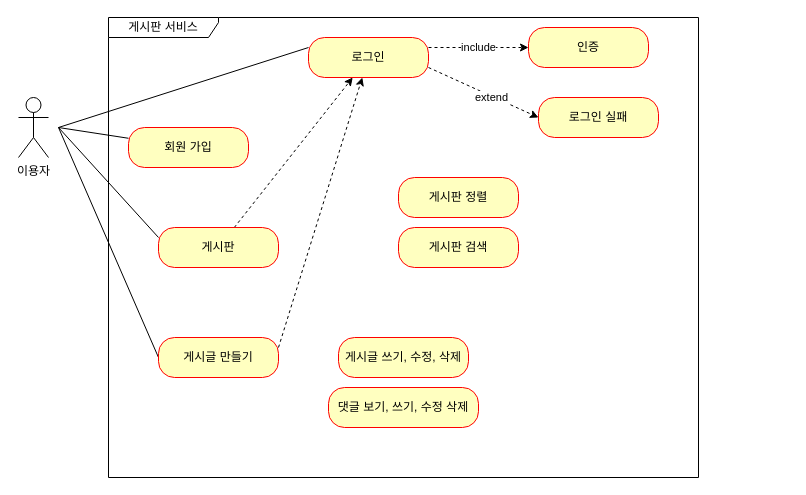
Before: document/document/제목 없는 다이어그램.drawio in jaehak24/FC_PR1, a draw.io diagram. Source tidied: cells renumbered, new cells numbered last; positions are measured from the earlier drawing's top-left corner, leaving out a move shared by most shapes. Both pictures are drawn from the tidied source at 100%, with x=0, y=0 at pixel (18, 17).
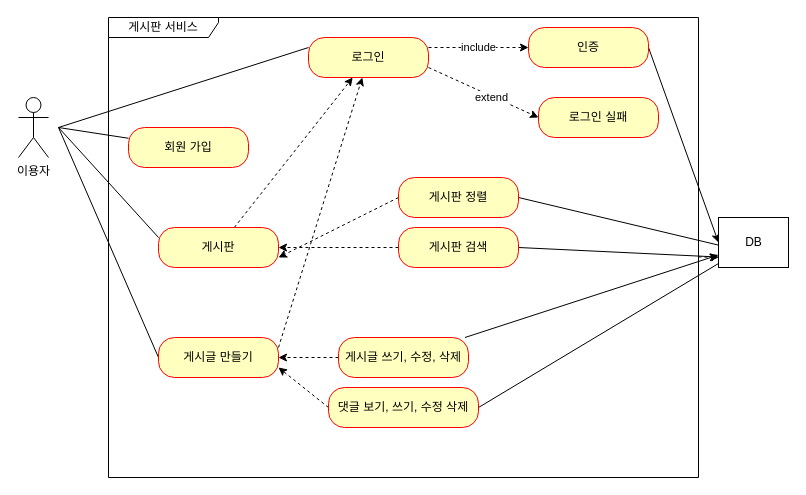
After the change.

Commit message (it also covers changes not shown here):
제목 없는 다이어그램.drawio 업데이트

The change refers to these unchanged cells:
```xml
<mxCell id="3" value="게시판 서비스" style="shape=umlFrame;whiteSpace=wrap;html=1;width=110;height=20;swimlaneFillColor=default;" parent="1" vertex="1">
  <mxGeometry x="90" width="590" height="460" as="geometry" />
</mxCell>
<mxCell id="13" value="게시판" style="rounded=1;whiteSpace=wrap;html=1;arcSize=40;fontColor=#000000;fillColor=#ffffc0;strokeColor=#ff0000;" parent="1" vertex="1">
  <mxGeometry x="140" y="210" width="120" height="40" as="geometry" />
</mxCell>
<mxCell id="16" value="게시글 만들기" style="rounded=1;whiteSpace=wrap;html=1;arcSize=40;fontColor=#000000;fillColor=#ffffc0;strokeColor=#ff0000;" parent="1" vertex="1">
  <mxGeometry x="140" y="320" width="120" height="40" as="geometry" />
</mxCell>
<mxCell id="17" value="인증" style="rounded=1;whiteSpace=wrap;html=1;arcSize=40;fontColor=#000000;fillColor=#ffffc0;strokeColor=#ff0000;" parent="1" vertex="1">
  <mxGeometry x="510" y="10" width="120" height="40" as="geometry" />
</mxCell>
<mxCell id="19" value="게시판 정렬" style="rounded=1;whiteSpace=wrap;html=1;arcSize=40;fontColor=#000000;fillColor=#ffffc0;strokeColor=#ff0000;" parent="1" vertex="1">
  <mxGeometry x="380" y="160" width="120" height="40" as="geometry" />
</mxCell>
<mxCell id="20" value="게시판 검색" style="rounded=1;whiteSpace=wrap;html=1;arcSize=40;fontColor=#000000;fillColor=#ffffc0;strokeColor=#ff0000;" parent="1" vertex="1">
  <mxGeometry x="380" y="210" width="120" height="40" as="geometry" />
</mxCell>
<mxCell id="21" value="게시글 쓰기, 수정, 삭제" style="rounded=1;whiteSpace=wrap;html=1;arcSize=40;fontColor=#000000;fillColor=#ffffc0;strokeColor=#ff0000;" parent="1" vertex="1">
  <mxGeometry x="320" y="320" width="130" height="40" as="geometry" />
</mxCell>
<mxCell id="22" value="댓글 보기, 쓰기, 수정 삭제" style="rounded=1;whiteSpace=wrap;html=1;arcSize=40;fontColor=#000000;fillColor=#ffffc0;strokeColor=#ff0000;" parent="1" vertex="1">
  <mxGeometry x="310" y="370" width="150" height="40" as="geometry" />
</mxCell>
```

Diff of the diagram source:
```diff
@@
+    <mxCell id="23" style="edgeStyle=none;rounded=1;jettySize=auto;html=1;exitX=1;exitY=0.5;exitDx=0;exitDy=0;entryX=0;entryY=0.5;entryDx=0;entryDy=0;strokeColor=default;endArrow=classic;endFill=1;" parent="1" edge="1" source="17" target="33">
+      <mxGeometry relative="1" as="geometry" />
+    </mxCell>
@@
+    <mxCell id="24" style="edgeStyle=none;rounded=1;jettySize=auto;html=1;exitX=0;exitY=0.5;exitDx=0;exitDy=0;entryX=1;entryY=0.75;entryDx=0;entryDy=0;dashed=1;strokeColor=default;endArrow=classic;endFill=1;" parent="1" edge="1" source="19" target="13">
+      <mxGeometry relative="1" as="geometry" />
+    </mxCell>
+    <mxCell id="25" style="edgeStyle=none;rounded=1;jettySize=auto;html=1;exitX=1;exitY=0.5;exitDx=0;exitDy=0;strokeColor=default;endArrow=classic;endFill=1;" parent="1" edge="1" source="19">
+      <mxGeometry relative="1" as="geometry">
+        <mxPoint x="710" y="230" as="targetPoint" />
+      </mxGeometry>
+    </mxCell>
@@
+    <mxCell id="26" style="edgeStyle=none;rounded=1;jettySize=auto;html=1;exitX=0;exitY=0.5;exitDx=0;exitDy=0;entryX=1;entryY=0.5;entryDx=0;entryDy=0;dashed=1;strokeColor=default;endArrow=classic;endFill=1;" parent="1" edge="1" source="20" target="13">
+      <mxGeometry relative="1" as="geometry" />
+    </mxCell>
+    <mxCell id="27" style="edgeStyle=none;rounded=1;jettySize=auto;html=1;exitX=1;exitY=0.5;exitDx=0;exitDy=0;strokeColor=default;endArrow=classic;endFill=1;" parent="1" edge="1" source="20">
+      <mxGeometry relative="1" as="geometry">
+        <mxPoint x="710" y="240" as="targetPoint" />
+      </mxGeometry>
+    </mxCell>
@@
+    <mxCell id="28" style="edgeStyle=none;rounded=1;jettySize=auto;html=1;exitX=0;exitY=0.5;exitDx=0;exitDy=0;entryX=1;entryY=0.5;entryDx=0;entryDy=0;dashed=1;strokeColor=default;endArrow=classic;endFill=1;" parent="1" edge="1" source="21" target="16">
+      <mxGeometry relative="1" as="geometry" />
+    </mxCell>
+    <mxCell id="29" style="edgeStyle=none;rounded=1;jettySize=auto;html=1;entryX=0;entryY=0.75;entryDx=0;entryDy=0;strokeColor=default;endArrow=classic;endFill=1;" parent="1" edge="1" source="21" target="33">
+      <mxGeometry relative="1" as="geometry" />
+    </mxCell>
@@
+    <mxCell id="30" style="edgeStyle=none;rounded=1;jettySize=auto;html=1;exitX=0;exitY=0.5;exitDx=0;exitDy=0;dashed=1;strokeColor=default;endArrow=classic;endFill=1;entryX=1;entryY=0.75;entryDx=0;entryDy=0;" parent="1" edge="1" source="22" target="16">
+      <mxGeometry relative="1" as="geometry" />
+    </mxCell>
+    <mxCell id="31" style="edgeStyle=none;rounded=1;jettySize=auto;html=1;dashed=1;strokeColor=default;endArrow=classic;endFill=1;" parent="1" edge="1" source="3">
+      <mxGeometry relative="1" as="geometry">
+        <mxPoint x="700" y="240" as="targetPoint" />
+      </mxGeometry>
+    </mxCell>
+    <mxCell id="32" style="edgeStyle=none;rounded=1;jettySize=auto;html=1;exitX=1;exitY=0.5;exitDx=0;exitDy=0;strokeColor=default;endArrow=classic;endFill=1;" parent="1" edge="1" source="22">
+      <mxGeometry relative="1" as="geometry">
+        <mxPoint x="710" y="240" as="targetPoint" />
+      </mxGeometry>
+    </mxCell>
@@
+    <mxCell id="33" value="DB" style="html=1;" parent="1" vertex="1">
+      <mxGeometry x="700" y="200" width="70" height="50" as="geometry" />
+    </mxCell>
```
